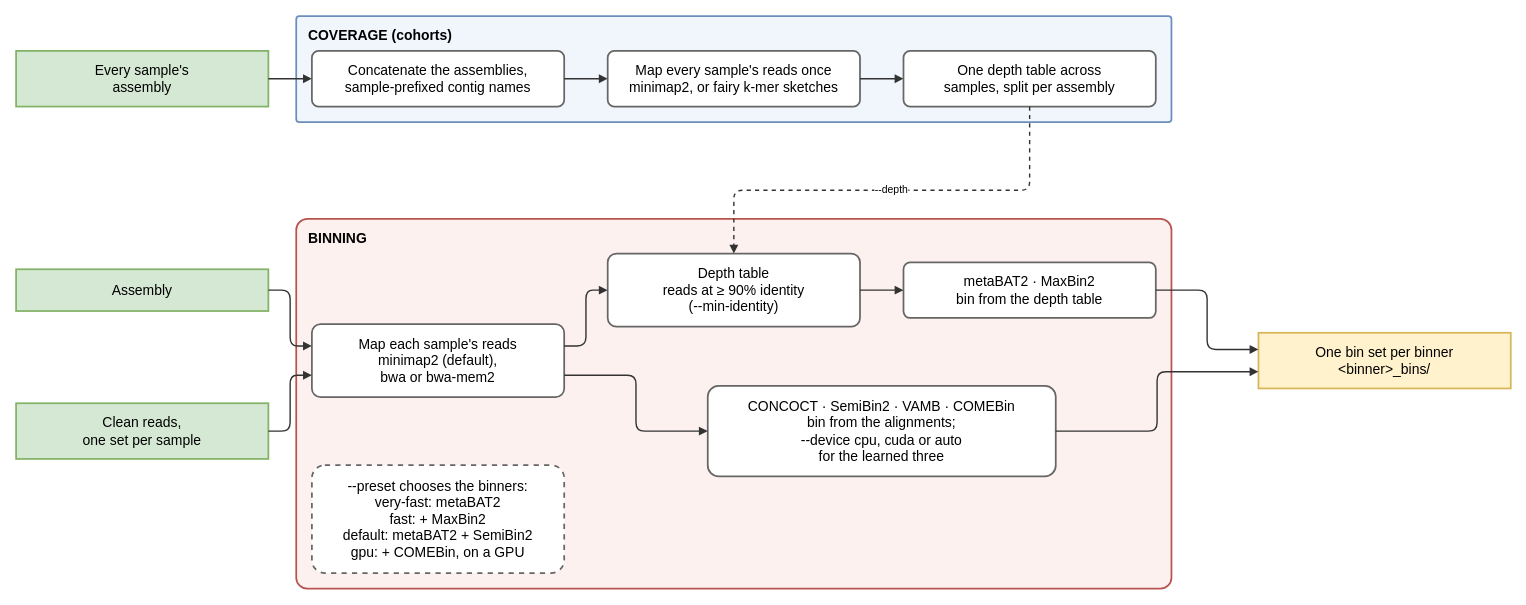
Earlier version of the draw.io diagram flowcharts/drawio/binning.drawio (tcollins2011/MetaWrap2). Source tidied: cells renumbered, new cells numbered last; positions are measured from the earlier drawing's top-left corner, leaving out a move shared by most shapes. Both pictures are drawn from the tidied source at 87%, with x=0, y=0 at pixel (16, 16).
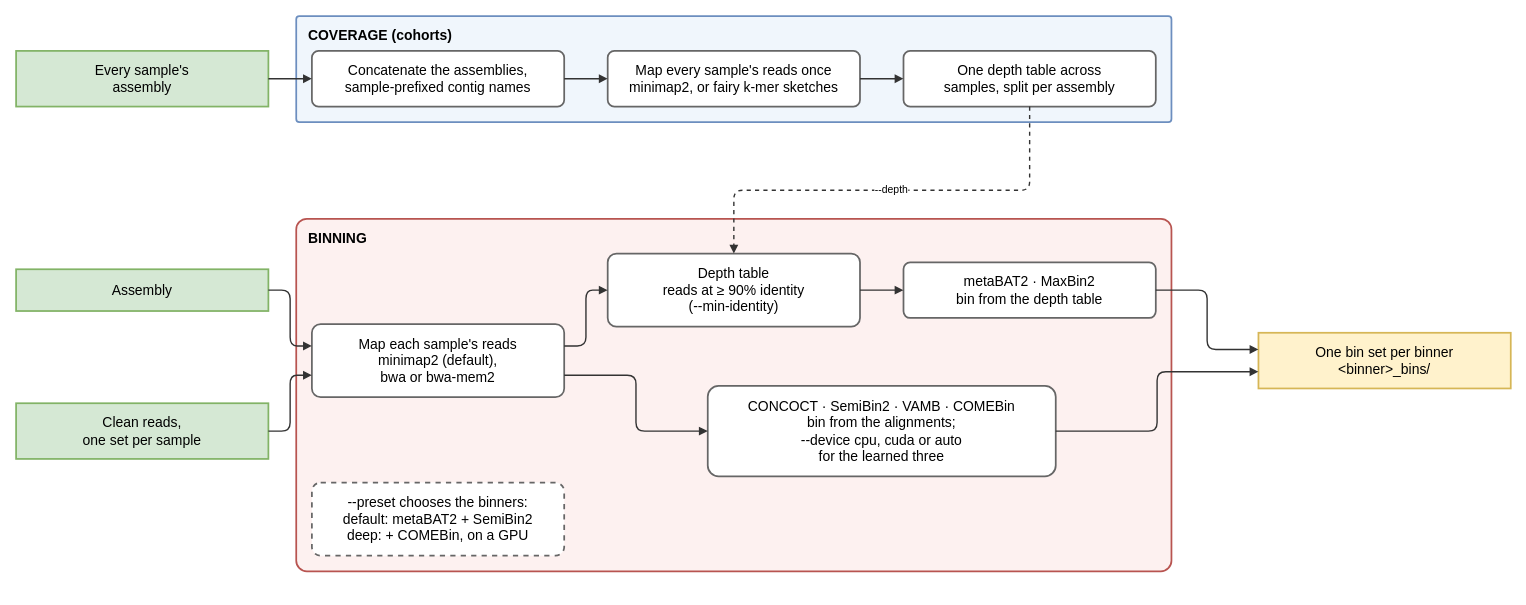
The same page after the edit.

Change to the diagram source:
```diff
@@
     <mxCell id="3" value="BINNING" style="rounded=1;arcSize=3;fillColor=#FDF1F0;strokeColor=#B85450;strokeWidth=2;verticalAlign=top;align=left;spacingLeft=12;spacingTop=6;fontStyle=1;fontSize=16;fontFamily=Helvetica;" parent="1" vertex="1">
-      <mxGeometry x="322" y="233" width="1006" height="425.2" as="geometry" />
+      <mxGeometry x="322" y="233" width="1006" height="405.2" as="geometry" />
     </mxCell>
@@
-    <mxCell id="15" value="--preset chooses the binners:&lt;br&gt;very-fast: metaBAT2&lt;br&gt;fast: + MaxBin2&lt;br&gt;default: metaBAT2 + SemiBin2&lt;br&gt;gpu: + COMEBin, on a GPU" style="rounded=1;arcSize=12;whiteSpace=wrap;html=1;fillColor=#FFFFFF;strokeColor=#666666;strokeWidth=2;fontFamily=Helvetica;fontSize=16;fontColor=#000000;dashed=1;" parent="1" vertex="1">
-      <mxGeometry x="340" y="516.2" width="290" height="124" as="geometry" />
+    <mxCell id="15" value="--preset chooses the binners:&lt;br&gt;default: metaBAT2 + SemiBin2&lt;br&gt;deep: + COMEBin, on a GPU" style="rounded=1;arcSize=12;whiteSpace=wrap;html=1;fillColor=#FFFFFF;strokeColor=#666666;strokeWidth=2;fontFamily=Helvetica;fontSize=16;fontColor=#000000;dashed=1;" parent="1" vertex="1">
+      <mxGeometry x="340" y="536.2" width="290" height="84" as="geometry" />
     </mxCell>
```
